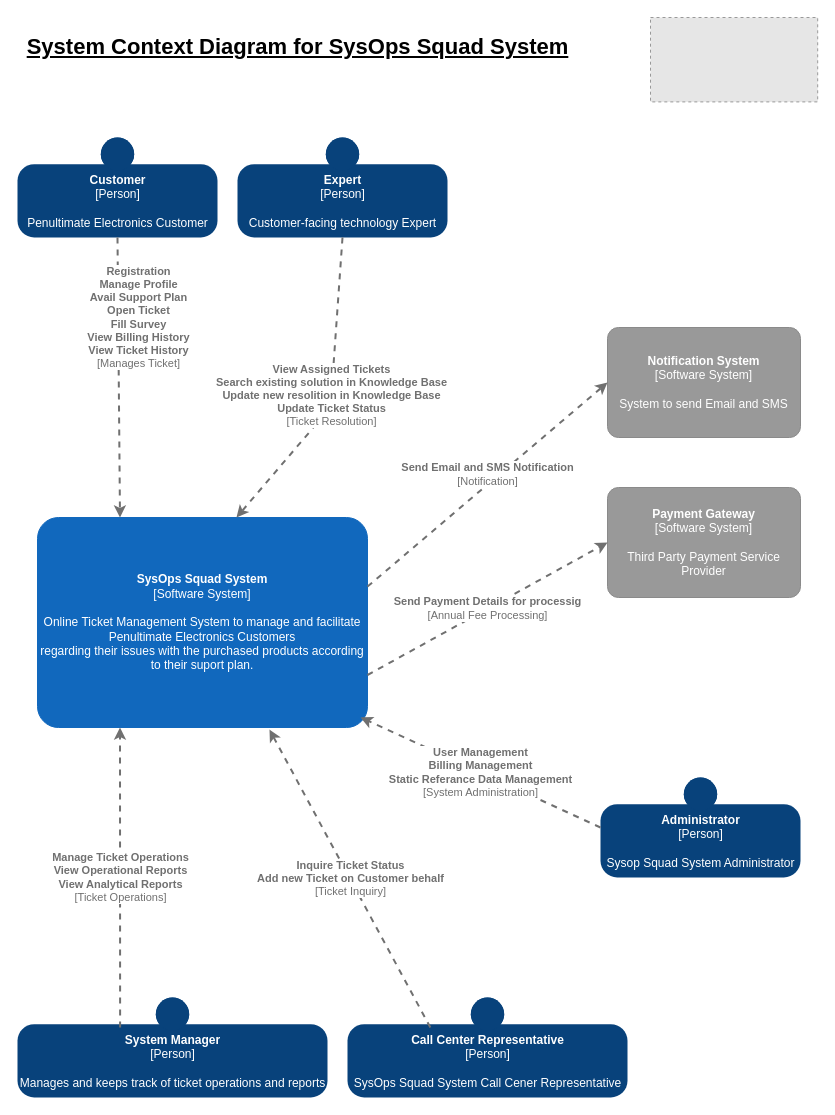
Before: page "C4-L1-System-Context" (1 of 6) of SysOps Squad/Sysops Squad.drawio in aliimran-pk/learning-repo, a draw.io diagram. Source tidied: cells renumbered, new cells numbered last; positions are measured from the earlier drawing's top-left corner, leaving out a move shared by most shapes. Both pictures are drawn from the tidied source at 100%, with x=0, y=0 at pixel (17, 17). Pictures stored in the file or linked from it are replaced by grey dashed boxes.
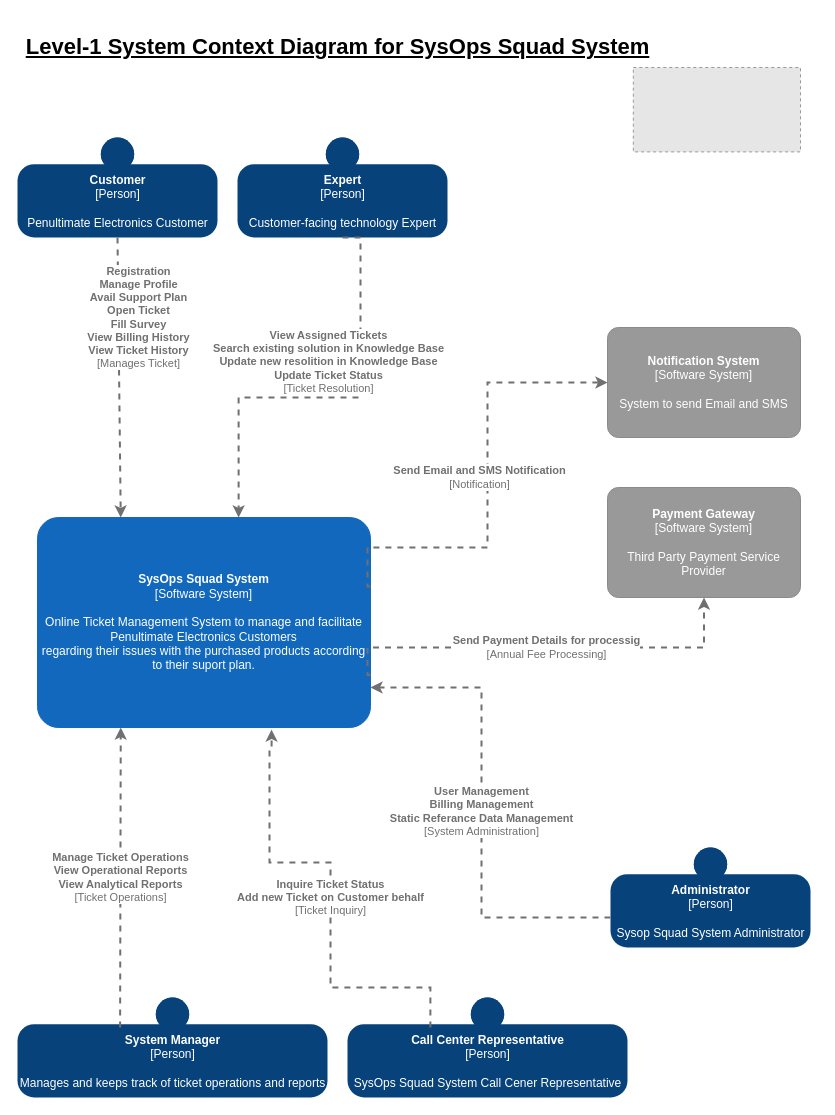
Above is the later version.

Commit message (it also covers changes not shown here):
Removing Colum Details from Data Model

Unchanged cells that the change refers to:
```xml
<object id="3" label="&lt;b&gt;%c4Name%&lt;/b&gt;&lt;div&gt;[%c4Type%]&lt;/div&gt;&lt;br&gt;&lt;div&gt;%c4Description%&lt;/div&gt;" c4Description="Customer-facing technology Expert" c4Name="Expert" c4Type="Person" placeholders="1">
  <mxCell style="html=1;dashed=0;whitespace=wrap;fillColor=#08427b;strokeColor=none;fontColor=#ffffff;shape=mxgraph.c4.person;align=center;points=[[0.5,0,0],[1,0.5,0],[1,0.75,0],[0.75,1,0],[0.5,1,0],[0.25,1,0],[0,0.75,0],[0,0.5,0]];metaData={&quot;c4Type&quot;:{&quot;editable&quot;:false}};" parent="1" vertex="1">
    <mxGeometry x="220" y="120" width="210" height="100" as="geometry" />
  </mxCell>
</object>
<object id="7" label="&lt;b&gt;%c4Name%&lt;/b&gt;&lt;div&gt;[%c4Type%]&lt;/div&gt;&lt;br&gt;&lt;div&gt;%c4Description%&lt;/div&gt;" c4Description="System to send Email and SMS" c4Name="Notification System" c4Type="Software System" placeholders="1">
  <mxCell style="rounded=1;whiteSpace=wrap;html=1;labelBackgroundColor=none;fillColor=#999999;fontColor=#ffffff;align=center;arcSize=10;strokeColor=#8A8A8A;metaData={&quot;c4Type&quot;:{&quot;editable&quot;:false}};points=[[0.25,0,0],[0.5,0,0],[0.75,0,0],[1,0.25,0],[1,0.5,0],[1,0.75,0],[0.75,1,0],[0.5,1,0],[0.25,1,0],[0,0.75,0],[0,0.5,0],[0,0.25,0]];" parent="1" vertex="1">
    <mxGeometry x="590" y="310" width="193" height="110" as="geometry" />
  </mxCell>
</object>
<object id="8" label="&lt;b&gt;%c4Name%&lt;/b&gt;&lt;div&gt;[%c4Type%]&lt;/div&gt;&lt;br&gt;&lt;div&gt;%c4Description%&lt;/div&gt;" c4Description="Third Party Payment Service Provider" c4Name="Payment Gateway" c4Type="Software System" placeholders="1">
  <mxCell style="rounded=1;whiteSpace=wrap;html=1;labelBackgroundColor=none;fillColor=#999999;fontColor=#ffffff;align=center;arcSize=10;strokeColor=#8A8A8A;metaData={&quot;c4Type&quot;:{&quot;editable&quot;:false}};points=[[0.25,0,0],[0.5,0,0],[0.75,0,0],[1,0.25,0],[1,0.5,0],[1,0.75,0],[0.75,1,0],[0.5,1,0],[0.25,1,0],[0,0.75,0],[0,0.5,0],[0,0.25,0]];" parent="1" vertex="1">
    <mxGeometry x="590" y="470" width="193" height="110" as="geometry" />
  </mxCell>
</object>
<object id="9" label="&lt;b&gt;%c4Name%&lt;/b&gt;&lt;div&gt;[%c4Type%]&lt;/div&gt;&lt;br&gt;&lt;div&gt;%c4Description%&lt;/div&gt;" c4Description="SysOps Squad System Call Cener Representative" c4Name="Call Center Representative" c4Type="Person" placeholders="1">
  <mxCell style="html=1;dashed=0;whitespace=wrap;fillColor=#08427b;strokeColor=none;fontColor=#ffffff;shape=mxgraph.c4.person;align=center;points=[[0.5,0,0],[1,0.5,0],[1,0.75,0],[0.75,1,0],[0.5,1,0],[0.25,1,0],[0,0.75,0],[0,0.5,0]];metaData={&quot;c4Type&quot;:{&quot;editable&quot;:false}};" parent="1" vertex="1">
    <mxGeometry x="330" y="980" width="280" height="100" as="geometry" />
  </mxCell>
</object>
```

The edit, as a diff of the source:
```diff
@@
     <object id="4" label="&lt;b&gt;%c4Name%&lt;/b&gt;&lt;div&gt;[%c4Type%]&lt;/div&gt;&lt;br&gt;&lt;div&gt;%c4Description%&lt;/div&gt;" c4Description="Sysop Squad System Administrator" c4Name="Administrator" c4Type="Person" placeholders="1">
       <mxCell style="html=1;dashed=0;whitespace=wrap;fillColor=#08427b;strokeColor=none;fontColor=#ffffff;shape=mxgraph.c4.person;align=center;points=[[0.5,0,0],[1,0.5,0],[1,0.75,0],[0.75,1,0],[0.5,1,0],[0.25,1,0],[0,0.75,0],[0,0.5,0]];metaData={&quot;c4Type&quot;:{&quot;editable&quot;:false}};" parent="1" vertex="1">
-        <mxGeometry x="583" y="760" width="200" height="100" as="geometry" />
+        <mxGeometry x="593" y="830" width="200" height="100" as="geometry" />
       </mxCell>
     </object>
@@
     <object id="6" label="&lt;b&gt;%c4Name%&lt;/b&gt;&lt;div&gt;[%c4Type%]&lt;/div&gt;&lt;br&gt;&lt;div&gt;%c4Description%&lt;/div&gt;" c4Description="Online Ticket Management System to manage and facilitate Penultimate Electronics Customers&#10;regarding their issues with the purchased products according to their suport plan." c4Name="SysOps Squad System" c4Type="Software System" placeholders="1">
       <mxCell style="rounded=1;whiteSpace=wrap;html=1;labelBackgroundColor=none;fillColor=#1168BD;fontColor=#ffffff;align=center;arcSize=10;strokeColor=#1168BD;metaData={&quot;c4Type&quot;:{&quot;editable&quot;:false}};points=[[0.25,0,0],[0.5,0,0],[0.75,0,0],[1,0.25,0],[1,0.5,0],[1,0.75,0],[0.75,1,0],[0.5,1,0],[0.25,1,0],[0,0.75,0],[0,0.5,0],[0,0.25,0]];" parent="1" vertex="1">
-        <mxGeometry x="20" y="500" width="330" height="210" as="geometry" />
+        <mxGeometry x="20" y="500" width="333" height="210" as="geometry" />
       </mxCell>
     </object>
@@
-    <mxCell id="10" value="&lt;font size=&quot;1&quot;&gt;&lt;u style=&quot;font-size: 22px&quot;&gt;System Context Diagram for SysOps Squad System&lt;/u&gt;&lt;/font&gt;" style="text;html=1;align=center;verticalAlign=middle;fontStyle=1;" parent="1" vertex="1">
-      <mxGeometry y="20" width="560" height="20" as="geometry" />
+    <mxCell id="10" value="&lt;font size=&quot;1&quot;&gt;&lt;u style=&quot;font-size: 22px&quot;&gt;Level-1 System Context Diagram for SysOps Squad System&lt;/u&gt;&lt;/font&gt;" style="text;html=1;align=center;verticalAlign=middle;fontStyle=1;" parent="1" vertex="1">
+      <mxGeometry y="20" width="640" height="20" as="geometry" />
     </mxCell>
     <object id="11" label="&lt;div style=&quot;text-align: left&quot;&gt;&lt;div style=&quot;text-align: center&quot;&gt;&lt;b&gt;%c4Description%&lt;/b&gt;&lt;/div&gt;&lt;div style=&quot;text-align: center&quot;&gt;[%c4Technology%]&lt;/div&gt;&lt;/div&gt;" c4Description="Send Email and SMS Notification" c4Technology="Notification" placeholders="1">
-      <mxCell style="edgeStyle=none;rounded=0;html=1;jettySize=auto;strokeColor=#707070;strokeWidth=2;fontColor=#707070;jumpStyle=none;dashed=1;metaData={&quot;c4Type&quot;:{&quot;editable&quot;:false}};entryX=0;entryY=0.5;entryDx=0;entryDy=0;entryPerimeter=0;exitX=1;exitY=0.329;exitDx=0;exitDy=0;exitPerimeter=0;" parent="1" edge="1" source="6" target="7">
-        <mxGeometry x="0.04" y="8" relative="1" as="geometry" />
+      <mxCell style="edgeStyle=orthogonalEdgeStyle;rounded=0;html=1;jettySize=auto;strokeColor=#707070;strokeWidth=2;fontColor=#707070;jumpStyle=none;dashed=1;metaData={&quot;c4Type&quot;:{&quot;editable&quot;:false}};entryX=0;entryY=0.5;entryDx=0;entryDy=0;entryPerimeter=0;exitX=1;exitY=0.329;exitDx=0;exitDy=0;exitPerimeter=0;" parent="1" edge="1" source="6" target="7">
+        <mxGeometry x="0.04" y="8" relative="1" as="geometry">
+          <Array as="points">
+            <mxPoint x="350" y="530" />
+            <mxPoint x="470" y="530" />
+            <mxPoint x="470" y="365" />
+          </Array>
+        </mxGeometry>
       </mxCell>
     </object>
     <object id="12" label="&lt;div style=&quot;text-align: left&quot;&gt;&lt;div style=&quot;text-align: center&quot;&gt;&lt;b&gt;%c4Description%&lt;/b&gt;&lt;/div&gt;&lt;div style=&quot;text-align: center&quot;&gt;[%c4Technology%]&lt;/div&gt;&lt;/div&gt;" c4Description="Send Payment Details for processig" c4Technology="Annual Fee Processing" placeholders="1">
-      <mxCell style="edgeStyle=none;rounded=0;html=1;entryX=0;entryY=0.5;jettySize=auto;strokeColor=#707070;strokeWidth=2;fontColor=#707070;jumpStyle=none;dashed=1;metaData={&quot;c4Type&quot;:{&quot;editable&quot;:false}};exitX=1;exitY=0.75;exitDx=0;exitDy=0;exitPerimeter=0;entryDx=0;entryDy=0;entryPerimeter=0;" parent="1" edge="1" source="6" target="8">
-        <mxGeometry relative="1" as="geometry" />
+      <mxCell style="edgeStyle=orthogonalEdgeStyle;rounded=0;html=1;jettySize=auto;strokeColor=#707070;strokeWidth=2;fontColor=#707070;jumpStyle=none;dashed=1;metaData={&quot;c4Type&quot;:{&quot;editable&quot;:false}};exitX=1;exitY=0.75;exitDx=0;exitDy=0;exitPerimeter=0;entryX=0.5;entryY=1;entryDx=0;entryDy=0;entryPerimeter=0;" parent="1" edge="1" source="6" target="8">
+        <mxGeometry relative="1" as="geometry">
+          <Array as="points">
+            <mxPoint x="350" y="630" />
+            <mxPoint x="687" y="630" />
+          </Array>
+        </mxGeometry>
       </mxCell>
     </object>
@@
-    <object id="14" label="&lt;div style=&quot;text-align: left&quot;&gt;&lt;div style=&quot;text-align: center&quot;&gt;&lt;b&gt;%c4Description%&lt;/b&gt;&lt;/div&gt;&lt;div style=&quot;text-align: center&quot;&gt;[%c4Technology%]&lt;/div&gt;&lt;/div&gt;" c4Description="View Assigned Tickets&#10;Search existing solution in Knowledge Base&#10;Update new resolition in Knowledge Base&#10;Update Ticket Status" c4Technology="Ticket Resolution" placeholders="1">
-      <mxCell style="edgeStyle=none;rounded=0;html=1;entryX=0.603;entryY=0;jettySize=auto;strokeColor=#707070;strokeWidth=2;fontColor=#707070;jumpStyle=none;dashed=1;metaData={&quot;c4Type&quot;:{&quot;editable&quot;:false}};exitX=0.5;exitY=1;exitDx=0;exitDy=0;exitPerimeter=0;entryDx=0;entryDy=0;entryPerimeter=0;" parent="1" edge="1" source="3" target="6">
+    <object id="14" label="&lt;div style=&quot;&quot;&gt;&lt;div style=&quot;&quot;&gt;&lt;b&gt;%c4Description%&lt;/b&gt;&lt;/div&gt;&lt;div style=&quot;&quot;&gt;[%c4Technology%]&lt;/div&gt;&lt;/div&gt;" c4Description="View Assigned Tickets&#10;Search existing solution in Knowledge Base&#10;Update new resolition in Knowledge Base&#10;Update Ticket Status" c4Technology="Ticket Resolution" placeholders="1">
+      <mxCell style="edgeStyle=orthogonalEdgeStyle;rounded=0;html=1;jettySize=auto;strokeColor=#707070;strokeWidth=2;fontColor=#707070;jumpStyle=none;dashed=1;metaData={&quot;c4Type&quot;:{&quot;editable&quot;:false}};exitX=0.5;exitY=1;exitDx=0;exitDy=0;exitPerimeter=0;align=center;labelPosition=center;verticalLabelPosition=top;verticalAlign=bottom;textDirection=ltr;entryX=0.604;entryY=0;entryDx=0;entryDy=0;entryPerimeter=0;" parent="1" edge="1" source="3" target="6">
         <mxGeometry relative="1" as="geometry">
           <Array as="points">
-            <mxPoint x="313" y="390" />
+            <mxPoint x="343" y="220" />
+            <mxPoint x="343" y="380" />
+            <mxPoint x="221" y="380" />
           </Array>
         </mxGeometry>
       </mxCell>
     </object>
-    <object id="15" label="&lt;div style=&quot;text-align: left&quot;&gt;&lt;div style=&quot;text-align: center&quot;&gt;&lt;b&gt;%c4Description%&lt;/b&gt;&lt;/div&gt;&lt;div style=&quot;text-align: center&quot;&gt;[%c4Technology%]&lt;/div&gt;&lt;/div&gt;" c4Description="Inquire Ticket Status&#10;Add new Ticket on Customer behalf" c4Technology="Ticket Inquiry" placeholders="1">
-      <mxCell style="edgeStyle=none;rounded=0;html=1;entryX=0.703;entryY=1.01;jettySize=auto;strokeColor=#707070;strokeWidth=2;fontColor=#707070;jumpStyle=none;dashed=1;metaData={&quot;c4Type&quot;:{&quot;editable&quot;:false}};exitX=0.296;exitY=0.3;exitDx=0;exitDy=0;exitPerimeter=0;entryDx=0;entryDy=0;entryPerimeter=0;" parent="1" edge="1" source="9" target="6">
-        <mxGeometry relative="1" as="geometry" />
+    <object id="15" label="&lt;div style=&quot;&quot;&gt;&lt;div style=&quot;&quot;&gt;&lt;b&gt;%c4Description%&lt;/b&gt;&lt;/div&gt;&lt;div style=&quot;&quot;&gt;[%c4Technology%]&lt;/div&gt;&lt;/div&gt;" c4Description="Inquire Ticket Status&#10;Add new Ticket on Customer behalf" c4Technology="Ticket Inquiry" placeholders="1">
+      <mxCell style="edgeStyle=orthogonalEdgeStyle;rounded=0;html=1;entryX=0.703;entryY=1.01;jettySize=auto;strokeColor=#707070;strokeWidth=2;fontColor=#707070;jumpStyle=none;dashed=1;metaData={&quot;c4Type&quot;:{&quot;editable&quot;:false}};exitX=0.296;exitY=0.3;exitDx=0;exitDy=0;exitPerimeter=0;entryDx=0;entryDy=0;entryPerimeter=0;align=center;" parent="1" edge="1" source="9" target="6">
+        <mxGeometry relative="1" as="geometry">
+          <Array as="points">
+            <mxPoint x="413" y="970" />
+            <mxPoint x="313" y="970" />
+            <mxPoint x="313" y="845" />
+            <mxPoint x="252" y="845" />
+            <mxPoint x="252" y="730" />
+            <mxPoint x="254" y="730" />
+          </Array>
+        </mxGeometry>
       </mxCell>
     </object>
@@
     <object id="17" label="&lt;div style=&quot;text-align: left&quot;&gt;&lt;div style=&quot;text-align: center&quot;&gt;&lt;b&gt;%c4Description%&lt;/b&gt;&lt;/div&gt;&lt;div style=&quot;text-align: center&quot;&gt;[%c4Technology%]&lt;/div&gt;&lt;/div&gt;" c4Description="User Management&#10;Billing Management&#10;Static Referance Data Management" c4Technology="System Administration" placeholders="1">
-      <mxCell style="edgeStyle=none;rounded=0;html=1;entryX=0.979;entryY=0.952;jettySize=auto;strokeColor=#707070;strokeWidth=2;fontColor=#707070;jumpStyle=none;dashed=1;metaData={&quot;c4Type&quot;:{&quot;editable&quot;:false}};exitX=0;exitY=0.5;exitDx=0;exitDy=0;exitPerimeter=0;entryDx=0;entryDy=0;entryPerimeter=0;" parent="1" edge="1" source="4" target="6">
-        <mxGeometry relative="1" as="geometry" />
+      <mxCell style="edgeStyle=orthogonalEdgeStyle;rounded=0;html=1;jettySize=auto;orthogonalLoop=1;strokeColor=#707070;strokeWidth=2;fontColor=#707070;jumpStyle=none;dashed=1;metaData={&quot;c4Type&quot;:{&quot;editable&quot;:false}};" parent="1" edge="1">
+        <mxGeometry relative="1" as="geometry">
+          <mxPoint x="593" y="900" as="sourcePoint" />
+          <mxPoint x="353" y="670" as="targetPoint" />
+          <Array as="points">
+            <mxPoint x="464" y="900" />
+            <mxPoint x="464" y="670" />
+          </Array>
+        </mxGeometry>
       </mxCell>
     </object>
     <mxCell id="18" style="fillColor=#E6E6E6;strokeColor=#999999;dashed=1;verticalLabelPosition=bottom;labelBackgroundColor=#ffffff;verticalAlign=top;" parent="1" vertex="1">
-      <mxGeometry x="633" width="167.2" height="84.4" as="geometry" />
+      <mxGeometry x="615.8" y="50" width="167.2" height="84.4" as="geometry" />
     </mxCell>
```
